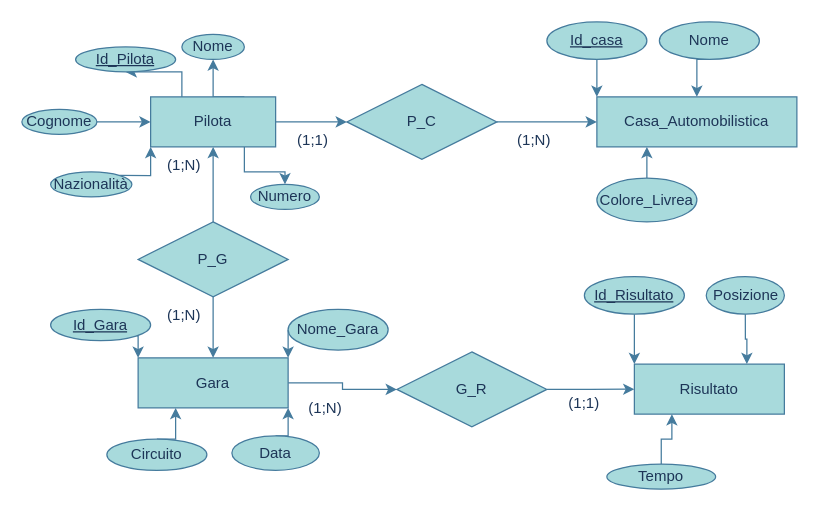
Above: Diagramma senza titolo.drawio in James2-2/informatica-2025-2026 (draw.io), before the change. Source tidied: cells renumbered, new cells numbered last; positions are measured from the earlier drawing's top-left corner, leaving out a move shared by most shapes. Both pictures are drawn from the tidied source at 125%, with x=0, y=0 at pixel (21, 21).
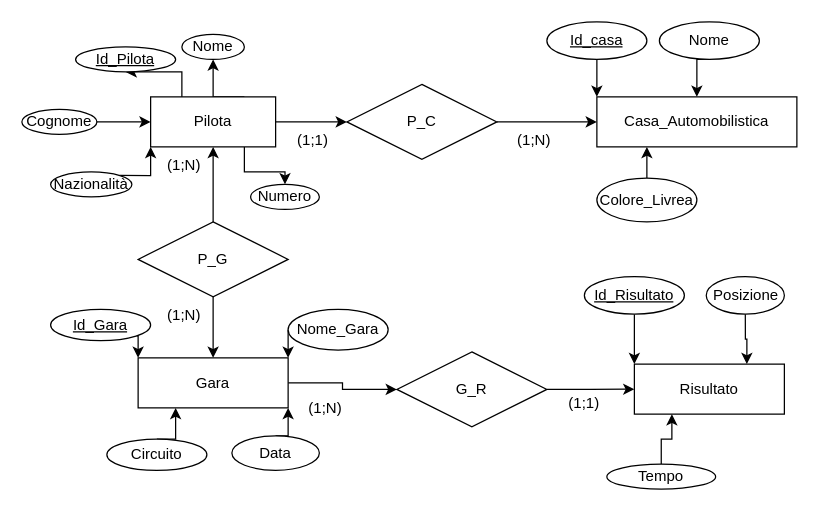
After the change.

What changed in the source:
```diff
@@
-    <mxCell id="2" style="edgeStyle=orthogonalEdgeStyle;rounded=0;jettySize=auto;html=1;exitX=0.25;exitY=0;exitDx=0;exitDy=0;entryX=0.5;entryY=1;entryDx=0;entryDy=0;labelBackgroundColor=none;fontColor=default;strokeColor=#457B9D;" parent="1" edge="1" source="6" target="8">
+    <mxCell id="2" style="edgeStyle=orthogonalEdgeStyle;rounded=0;jettySize=auto;html=1;exitX=0.25;exitY=0;exitDx=0;exitDy=0;entryX=0.5;entryY=1;entryDx=0;entryDy=0;labelBackgroundColor=none;fontColor=default;" parent="1" edge="1" source="6" target="8">
       <mxGeometry relative="1" as="geometry" />
     </mxCell>
-    <mxCell id="3" style="edgeStyle=orthogonalEdgeStyle;rounded=0;jettySize=auto;html=1;exitX=0.75;exitY=0;exitDx=0;exitDy=0;entryX=0.5;entryY=1;entryDx=0;entryDy=0;labelBackgroundColor=none;fontColor=default;strokeColor=#457B9D;" parent="1" edge="1" source="6" target="7">
+    <mxCell id="3" style="edgeStyle=orthogonalEdgeStyle;rounded=0;jettySize=auto;html=1;exitX=0.75;exitY=0;exitDx=0;exitDy=0;entryX=0.5;entryY=1;entryDx=0;entryDy=0;labelBackgroundColor=none;fontColor=default;" parent="1" edge="1" source="6" target="7">
       <mxGeometry relative="1" as="geometry" />
     </mxCell>
-    <mxCell id="4" style="edgeStyle=orthogonalEdgeStyle;rounded=0;jettySize=auto;html=1;exitX=0.75;exitY=1;exitDx=0;exitDy=0;entryX=0.5;entryY=0;entryDx=0;entryDy=0;strokeColor=#457B9D;fontColor=#1D3557;fillColor=#A8DADC;" parent="1" edge="1" source="6" target="14">
+    <mxCell id="4" style="edgeStyle=orthogonalEdgeStyle;rounded=0;jettySize=auto;html=1;exitX=0.75;exitY=1;exitDx=0;exitDy=0;entryX=0.5;entryY=0;entryDx=0;entryDy=0;fontColor=default;labelBackgroundColor=none;" parent="1" edge="1" source="6" target="14">
       <mxGeometry relative="1" as="geometry" />
     </mxCell>
-    <mxCell id="5" style="edgeStyle=orthogonalEdgeStyle;rounded=0;jettySize=auto;html=1;exitX=1;exitY=0.5;exitDx=0;exitDy=0;entryX=0;entryY=0.5;entryDx=0;entryDy=0;strokeColor=#457B9D;fontColor=#1D3557;fillColor=#A8DADC;" parent="1" edge="1" source="6" target="39">
+    <mxCell id="5" style="edgeStyle=orthogonalEdgeStyle;rounded=0;jettySize=auto;html=1;exitX=1;exitY=0.5;exitDx=0;exitDy=0;entryX=0;entryY=0.5;entryDx=0;entryDy=0;fontColor=default;labelBackgroundColor=none;" parent="1" edge="1" source="6" target="39">
       <mxGeometry relative="1" as="geometry" />
     </mxCell>
-    <mxCell id="6" value="Pilota" style="whiteSpace=wrap;html=1;align=center;labelBackgroundColor=none;fillColor=#A8DADC;strokeColor=#457B9D;fontColor=#1D3557;" parent="1" vertex="1">
+    <mxCell id="6" value="Pilota" style="whiteSpace=wrap;html=1;align=center;labelBackgroundColor=none;" parent="1" vertex="1">
       <mxGeometry x="103" y="60" width="100" height="40" as="geometry" />
     </mxCell>
-    <mxCell id="7" value="Nome" style="ellipse;whiteSpace=wrap;html=1;align=center;labelBackgroundColor=none;fillColor=#A8DADC;strokeColor=#457B9D;fontColor=#1D3557;" parent="1" vertex="1">
+    <mxCell id="7" value="Nome" style="ellipse;whiteSpace=wrap;html=1;align=center;labelBackgroundColor=none;" parent="1" vertex="1">
       <mxGeometry x="128" y="10" width="50" height="20" as="geometry" />
     </mxCell>
-    <mxCell id="8" value="Id_Pilota" style="ellipse;whiteSpace=wrap;html=1;align=center;fontStyle=4;labelBackgroundColor=none;fillColor=#A8DADC;strokeColor=#457B9D;fontColor=#1D3557;" parent="1" vertex="1">
+    <mxCell id="8" value="Id_Pilota" style="ellipse;whiteSpace=wrap;html=1;align=center;fontStyle=4;labelBackgroundColor=none;" parent="1" vertex="1">
       <mxGeometry x="43" y="20" width="80" height="20" as="geometry" />
     </mxCell>
-    <mxCell id="9" style="edgeStyle=orthogonalEdgeStyle;rounded=0;jettySize=auto;html=1;exitX=1;exitY=0.5;exitDx=0;exitDy=0;entryX=0;entryY=0.5;entryDx=0;entryDy=0;strokeColor=#457B9D;fontColor=#1D3557;fillColor=#A8DADC;" parent="1" edge="1" source="10" target="6">
+    <mxCell id="9" style="edgeStyle=orthogonalEdgeStyle;rounded=0;jettySize=auto;html=1;exitX=1;exitY=0.5;exitDx=0;exitDy=0;entryX=0;entryY=0.5;entryDx=0;entryDy=0;fontColor=default;labelBackgroundColor=none;" parent="1" edge="1" source="10" target="6">
       <mxGeometry relative="1" as="geometry" />
     </mxCell>
-    <mxCell id="10" value="Cognome" style="ellipse;whiteSpace=wrap;html=1;align=center;labelBackgroundColor=none;fillColor=#A8DADC;strokeColor=#457B9D;fontColor=#1D3557;" parent="1" vertex="1">
+    <mxCell id="10" value="Cognome" style="ellipse;whiteSpace=wrap;html=1;align=center;labelBackgroundColor=none;" parent="1" vertex="1">
       <mxGeometry y="70" width="60" height="20" as="geometry" />
     </mxCell>
-    <mxCell id="11" style="edgeStyle=orthogonalEdgeStyle;rounded=0;jettySize=auto;html=1;exitX=1;exitY=0;exitDx=0;exitDy=0;entryX=0;entryY=1;entryDx=0;entryDy=0;strokeColor=#457B9D;fontColor=#1D3557;fillColor=#A8DADC;" parent="1" edge="1" source="12" target="6">
+    <mxCell id="11" style="edgeStyle=orthogonalEdgeStyle;rounded=0;jettySize=auto;html=1;exitX=1;exitY=0;exitDx=0;exitDy=0;entryX=0;entryY=1;entryDx=0;entryDy=0;fontColor=default;labelBackgroundColor=none;" parent="1" edge="1" source="12" target="6">
       <mxGeometry relative="1" as="geometry" />
     </mxCell>
-    <mxCell id="12" value="Nazionalità" style="ellipse;whiteSpace=wrap;html=1;align=center;labelBackgroundColor=none;fillColor=#A8DADC;strokeColor=#457B9D;fontColor=#1D3557;" parent="1" vertex="1">
+    <mxCell id="12" value="Nazionalità" style="ellipse;whiteSpace=wrap;html=1;align=center;labelBackgroundColor=none;" parent="1" vertex="1">
       <mxGeometry x="23" y="120" width="65" height="20" as="geometry" />
     </mxCell>
-    <mxCell id="13" value="Casa_Automobilistica" style="whiteSpace=wrap;html=1;align=center;labelBackgroundColor=none;fillColor=#A8DADC;strokeColor=#457B9D;fontColor=#1D3557;" parent="1" vertex="1">
+    <mxCell id="13" value="Casa_Automobilistica" style="whiteSpace=wrap;html=1;align=center;labelBackgroundColor=none;" parent="1" vertex="1">
       <mxGeometry x="460" y="60" width="160" height="40" as="geometry" />
     </mxCell>
-    <mxCell id="14" value="Numero" style="ellipse;whiteSpace=wrap;html=1;align=center;strokeColor=#457B9D;fontColor=#1D3557;fillColor=#A8DADC;" parent="1" vertex="1">
+    <mxCell id="14" value="Numero" style="ellipse;whiteSpace=wrap;html=1;align=center;labelBackgroundColor=none;" parent="1" vertex="1">
       <mxGeometry x="183" y="130" width="55" height="20" as="geometry" />
     </mxCell>
-    <mxCell id="15" style="edgeStyle=orthogonalEdgeStyle;rounded=0;jettySize=auto;html=1;exitX=0.5;exitY=1;exitDx=0;exitDy=0;entryX=0;entryY=0;entryDx=0;entryDy=0;strokeColor=#457B9D;fontColor=#1D3557;fillColor=#A8DADC;" parent="1" edge="1" source="16" target="13">
+    <mxCell id="15" style="edgeStyle=orthogonalEdgeStyle;rounded=0;jettySize=auto;html=1;exitX=0.5;exitY=1;exitDx=0;exitDy=0;entryX=0;entryY=0;entryDx=0;entryDy=0;fontColor=default;labelBackgroundColor=none;" parent="1" edge="1" source="16" target="13">
       <mxGeometry relative="1" as="geometry" />
     </mxCell>
-    <mxCell id="16" value="Id_casa" style="ellipse;whiteSpace=wrap;html=1;align=center;fontStyle=4;strokeColor=#457B9D;fontColor=#1D3557;fillColor=#A8DADC;" parent="1" vertex="1">
+    <mxCell id="16" value="Id_casa" style="ellipse;whiteSpace=wrap;html=1;align=center;fontStyle=4;labelBackgroundColor=none;" parent="1" vertex="1">
       <mxGeometry x="420" width="80" height="30" as="geometry" />
     </mxCell>
-    <mxCell id="17" style="edgeStyle=orthogonalEdgeStyle;rounded=0;jettySize=auto;html=1;exitX=0.5;exitY=1;exitDx=0;exitDy=0;entryX=0.5;entryY=0;entryDx=0;entryDy=0;strokeColor=#457B9D;fontColor=#1D3557;fillColor=#A8DADC;" parent="1" edge="1" source="18" target="13">
+    <mxCell id="17" style="edgeStyle=orthogonalEdgeStyle;rounded=0;jettySize=auto;html=1;exitX=0.5;exitY=1;exitDx=0;exitDy=0;entryX=0.5;entryY=0;entryDx=0;entryDy=0;fontColor=default;labelBackgroundColor=none;" parent="1" edge="1" source="18" target="13">
       <mxGeometry relative="1" as="geometry" />
     </mxCell>
-    <mxCell id="18" value="Nome" style="ellipse;whiteSpace=wrap;html=1;align=center;strokeColor=#457B9D;fontColor=#1D3557;fillColor=#A8DADC;" parent="1" vertex="1">
+    <mxCell id="18" value="Nome" style="ellipse;whiteSpace=wrap;html=1;align=center;labelBackgroundColor=none;" parent="1" vertex="1">
       <mxGeometry x="510" width="80" height="30" as="geometry" />
     </mxCell>
-    <mxCell id="19" style="edgeStyle=orthogonalEdgeStyle;rounded=0;jettySize=auto;html=1;exitX=0.5;exitY=0;exitDx=0;exitDy=0;entryX=0.25;entryY=1;entryDx=0;entryDy=0;strokeColor=#457B9D;fontColor=#1D3557;fillColor=#A8DADC;" parent="1" edge="1" source="20" target="13">
+    <mxCell id="19" style="edgeStyle=orthogonalEdgeStyle;rounded=0;jettySize=auto;html=1;exitX=0.5;exitY=0;exitDx=0;exitDy=0;entryX=0.25;entryY=1;entryDx=0;entryDy=0;fontColor=default;labelBackgroundColor=none;" parent="1" edge="1" source="20" target="13">
       <mxGeometry relative="1" as="geometry" />
     </mxCell>
-    <mxCell id="20" value="Colore_Livrea" style="ellipse;whiteSpace=wrap;html=1;align=center;strokeColor=#457B9D;fontColor=#1D3557;fillColor=#A8DADC;" parent="1" vertex="1">
+    <mxCell id="20" value="Colore_Livrea" style="ellipse;whiteSpace=wrap;html=1;align=center;labelBackgroundColor=none;" parent="1" vertex="1">
       <mxGeometry x="460" y="125" width="80" height="35" as="geometry" />
     </mxCell>
-    <mxCell id="21" style="edgeStyle=orthogonalEdgeStyle;rounded=0;jettySize=auto;html=1;exitX=1;exitY=0.5;exitDx=0;exitDy=0;entryX=0;entryY=0.5;entryDx=0;entryDy=0;strokeColor=#457B9D;fontColor=#1D3557;fillColor=#A8DADC;" parent="1" edge="1" source="22" target="48">
+    <mxCell id="21" style="edgeStyle=orthogonalEdgeStyle;rounded=0;jettySize=auto;html=1;exitX=1;exitY=0.5;exitDx=0;exitDy=0;entryX=0;entryY=0.5;entryDx=0;entryDy=0;fontColor=default;labelBackgroundColor=none;" parent="1" edge="1" source="22" target="48">
       <mxGeometry relative="1" as="geometry" />
     </mxCell>
-    <mxCell id="22" value="Gara" style="whiteSpace=wrap;html=1;align=center;strokeColor=#457B9D;fontColor=#1D3557;fillColor=#A8DADC;" parent="1" vertex="1">
+    <mxCell id="22" value="Gara" style="whiteSpace=wrap;html=1;align=center;labelBackgroundColor=none;" parent="1" vertex="1">
       <mxGeometry x="93" y="268.8" width="120" height="40" as="geometry" />
     </mxCell>
-    <mxCell id="23" style="edgeStyle=orthogonalEdgeStyle;rounded=0;jettySize=auto;html=1;exitX=1;exitY=1;exitDx=0;exitDy=0;entryX=0;entryY=0;entryDx=0;entryDy=0;strokeColor=#457B9D;fontColor=#1D3557;fillColor=#A8DADC;" parent="1" edge="1" source="24" target="22">
+    <mxCell id="23" style="edgeStyle=orthogonalEdgeStyle;rounded=0;jettySize=auto;html=1;exitX=1;exitY=1;exitDx=0;exitDy=0;entryX=0;entryY=0;entryDx=0;entryDy=0;fontColor=default;labelBackgroundColor=none;" parent="1" edge="1" source="24" target="22">
       <mxGeometry relative="1" as="geometry" />
     </mxCell>
-    <mxCell id="24" value="Id_Gara" style="ellipse;whiteSpace=wrap;html=1;align=center;fontStyle=4;strokeColor=#457B9D;fontColor=#1D3557;fillColor=#A8DADC;" parent="1" vertex="1">
+    <mxCell id="24" value="Id_Gara" style="ellipse;whiteSpace=wrap;html=1;align=center;fontStyle=4;labelBackgroundColor=none;" parent="1" vertex="1">
       <mxGeometry x="23" y="230" width="80" height="25" as="geometry" />
     </mxCell>
-    <mxCell id="25" style="edgeStyle=orthogonalEdgeStyle;rounded=0;jettySize=auto;html=1;exitX=0;exitY=0.5;exitDx=0;exitDy=0;entryX=1;entryY=0;entryDx=0;entryDy=0;strokeColor=#457B9D;fontColor=#1D3557;fillColor=#A8DADC;" parent="1" edge="1" source="26" target="22">
+    <mxCell id="25" style="edgeStyle=orthogonalEdgeStyle;rounded=0;jettySize=auto;html=1;exitX=0;exitY=0.5;exitDx=0;exitDy=0;entryX=1;entryY=0;entryDx=0;entryDy=0;fontColor=default;labelBackgroundColor=none;" parent="1" edge="1" source="26" target="22">
       <mxGeometry relative="1" as="geometry" />
     </mxCell>
-    <mxCell id="26" value="Nome_Gara" style="ellipse;whiteSpace=wrap;html=1;align=center;strokeColor=#457B9D;fontColor=#1D3557;fillColor=#A8DADC;" parent="1" vertex="1">
+    <mxCell id="26" value="Nome_Gara" style="ellipse;whiteSpace=wrap;html=1;align=center;labelBackgroundColor=none;" parent="1" vertex="1">
       <mxGeometry x="213" y="230" width="80" height="32.5" as="geometry" />
     </mxCell>
-    <mxCell id="27" style="edgeStyle=orthogonalEdgeStyle;rounded=0;jettySize=auto;html=1;exitX=0.5;exitY=0;exitDx=0;exitDy=0;entryX=0.25;entryY=1;entryDx=0;entryDy=0;strokeColor=#457B9D;fontColor=#1D3557;fillColor=#A8DADC;" parent="1" edge="1" source="28" target="22">
+    <mxCell id="27" style="edgeStyle=orthogonalEdgeStyle;rounded=0;jettySize=auto;html=1;exitX=0.5;exitY=0;exitDx=0;exitDy=0;entryX=0.25;entryY=1;entryDx=0;entryDy=0;fontColor=default;labelBackgroundColor=none;" parent="1" edge="1" source="28" target="22">
       <mxGeometry relative="1" as="geometry" />
     </mxCell>
-    <mxCell id="28" value="Circuito" style="ellipse;whiteSpace=wrap;html=1;align=center;strokeColor=#457B9D;fontColor=#1D3557;fillColor=#A8DADC;" parent="1" vertex="1">
+    <mxCell id="28" value="Circuito" style="ellipse;whiteSpace=wrap;html=1;align=center;labelBackgroundColor=none;" parent="1" vertex="1">
       <mxGeometry x="68" y="333.8" width="80" height="25" as="geometry" />
     </mxCell>
-    <mxCell id="29" style="edgeStyle=orthogonalEdgeStyle;rounded=0;jettySize=auto;html=1;exitX=0.5;exitY=0;exitDx=0;exitDy=0;entryX=1;entryY=1;entryDx=0;entryDy=0;strokeColor=#457B9D;fontColor=#1D3557;fillColor=#A8DADC;" parent="1" edge="1" source="30" target="22">
+    <mxCell id="29" style="edgeStyle=orthogonalEdgeStyle;rounded=0;jettySize=auto;html=1;exitX=0.5;exitY=0;exitDx=0;exitDy=0;entryX=1;entryY=1;entryDx=0;entryDy=0;fontColor=default;labelBackgroundColor=none;" parent="1" edge="1" source="30" target="22">
       <mxGeometry relative="1" as="geometry" />
     </mxCell>
-    <mxCell id="30" value="Data" style="ellipse;whiteSpace=wrap;html=1;align=center;strokeColor=#457B9D;fontColor=#1D3557;fillColor=#A8DADC;" parent="1" vertex="1">
+    <mxCell id="30" value="Data" style="ellipse;whiteSpace=wrap;html=1;align=center;labelBackgroundColor=none;" parent="1" vertex="1">
       <mxGeometry x="168" y="331.2" width="70" height="27.5" as="geometry" />
     </mxCell>
-    <mxCell id="31" value="Risultato" style="whiteSpace=wrap;html=1;align=center;strokeColor=#457B9D;fontColor=#1D3557;fillColor=#A8DADC;" parent="1" vertex="1">
+    <mxCell id="31" value="Risultato" style="whiteSpace=wrap;html=1;align=center;labelBackgroundColor=none;" parent="1" vertex="1">
       <mxGeometry x="490" y="273.8" width="120" height="40" as="geometry" />
     </mxCell>
-    <mxCell id="32" style="edgeStyle=orthogonalEdgeStyle;rounded=0;jettySize=auto;html=1;exitX=0.5;exitY=1;exitDx=0;exitDy=0;entryX=0;entryY=0;entryDx=0;entryDy=0;strokeColor=#457B9D;fontColor=#1D3557;fillColor=#A8DADC;" parent="1" edge="1" source="33" target="31">
+    <mxCell id="32" style="edgeStyle=orthogonalEdgeStyle;rounded=0;jettySize=auto;html=1;exitX=0.5;exitY=1;exitDx=0;exitDy=0;entryX=0;entryY=0;entryDx=0;entryDy=0;fontColor=default;labelBackgroundColor=none;" parent="1" edge="1" source="33" target="31">
       <mxGeometry relative="1" as="geometry" />
     </mxCell>
-    <mxCell id="33" value="Id_Risultato" style="ellipse;whiteSpace=wrap;html=1;align=center;fontStyle=4;strokeColor=#457B9D;fontColor=#1D3557;fillColor=#A8DADC;" parent="1" vertex="1">
+    <mxCell id="33" value="Id_Risultato" style="ellipse;whiteSpace=wrap;html=1;align=center;fontStyle=4;labelBackgroundColor=none;" parent="1" vertex="1">
       <mxGeometry x="450" y="203.8" width="80" height="30" as="geometry" />
     </mxCell>
-    <mxCell id="34" style="edgeStyle=orthogonalEdgeStyle;rounded=0;jettySize=auto;html=1;exitX=0.5;exitY=1;exitDx=0;exitDy=0;entryX=0.75;entryY=0;entryDx=0;entryDy=0;strokeColor=#457B9D;fontColor=#1D3557;fillColor=#A8DADC;" parent="1" edge="1" source="35" target="31">
+    <mxCell id="34" style="edgeStyle=orthogonalEdgeStyle;rounded=0;jettySize=auto;html=1;exitX=0.5;exitY=1;exitDx=0;exitDy=0;entryX=0.75;entryY=0;entryDx=0;entryDy=0;fontColor=default;labelBackgroundColor=none;" parent="1" edge="1" source="35" target="31">
       <mxGeometry relative="1" as="geometry" />
     </mxCell>
-    <mxCell id="35" value="Posizione" style="ellipse;whiteSpace=wrap;html=1;align=center;strokeColor=#457B9D;fontColor=#1D3557;fillColor=#A8DADC;" parent="1" vertex="1">
+    <mxCell id="35" value="Posizione" style="ellipse;whiteSpace=wrap;html=1;align=center;labelBackgroundColor=none;" parent="1" vertex="1">
       <mxGeometry x="547.5" y="203.8" width="62.5" height="30" as="geometry" />
     </mxCell>
-    <mxCell id="36" style="edgeStyle=orthogonalEdgeStyle;rounded=0;jettySize=auto;html=1;exitX=0.5;exitY=0;exitDx=0;exitDy=0;entryX=0.25;entryY=1;entryDx=0;entryDy=0;strokeColor=#457B9D;fontColor=#1D3557;fillColor=#A8DADC;" parent="1" edge="1" source="37" target="31">
+    <mxCell id="36" style="edgeStyle=orthogonalEdgeStyle;rounded=0;jettySize=auto;html=1;exitX=0.5;exitY=0;exitDx=0;exitDy=0;entryX=0.25;entryY=1;entryDx=0;entryDy=0;fontColor=default;labelBackgroundColor=none;" parent="1" edge="1" source="37" target="31">
       <mxGeometry relative="1" as="geometry" />
     </mxCell>
-    <mxCell id="37" value="Tempo" style="ellipse;whiteSpace=wrap;html=1;align=center;strokeColor=#457B9D;fontColor=#1D3557;fillColor=#A8DADC;" parent="1" vertex="1">
+    <mxCell id="37" value="Tempo" style="ellipse;whiteSpace=wrap;html=1;align=center;labelBackgroundColor=none;" parent="1" vertex="1">
       <mxGeometry x="468" y="353.8" width="87" height="20" as="geometry" />
     </mxCell>
-    <mxCell id="38" style="edgeStyle=orthogonalEdgeStyle;rounded=0;jettySize=auto;html=1;exitX=1;exitY=0.5;exitDx=0;exitDy=0;entryX=0;entryY=0.5;entryDx=0;entryDy=0;strokeColor=#457B9D;fontColor=#1D3557;fillColor=#A8DADC;" parent="1" edge="1" source="39" target="13">
+    <mxCell id="38" style="edgeStyle=orthogonalEdgeStyle;rounded=0;jettySize=auto;html=1;exitX=1;exitY=0.5;exitDx=0;exitDy=0;entryX=0;entryY=0.5;entryDx=0;entryDy=0;fontColor=default;labelBackgroundColor=none;" parent="1" edge="1" source="39" target="13">
       <mxGeometry relative="1" as="geometry" />
     </mxCell>
-    <mxCell id="39" value="P_C" style="shape=rhombus;perimeter=rhombusPerimeter;whiteSpace=wrap;html=1;align=center;strokeColor=#457B9D;fontColor=#1D3557;fillColor=#A8DADC;" parent="1" vertex="1">
+    <mxCell id="39" value="P_C" style="shape=rhombus;perimeter=rhombusPerimeter;whiteSpace=wrap;html=1;align=center;labelBackgroundColor=none;" parent="1" vertex="1">
       <mxGeometry x="260" y="50" width="120" height="60" as="geometry" />
     </mxCell>
-    <mxCell id="40" value="(1;1)" style="text;html=1;whiteSpace=wrap;strokeColor=none;fillColor=none;align=center;verticalAlign=middle;rounded=0;fontColor=#1D3557;" parent="1" vertex="1">
+    <mxCell id="40" value="(1;1)" style="text;html=1;whiteSpace=wrap;strokeColor=none;fillColor=none;align=center;verticalAlign=middle;rounded=0;labelBackgroundColor=none;" parent="1" vertex="1">
       <mxGeometry x="203" y="80" width="60" height="30" as="geometry" />
     </mxCell>
-    <mxCell id="41" value="(1;N)" style="text;html=1;whiteSpace=wrap;strokeColor=none;fillColor=none;align=center;verticalAlign=middle;rounded=0;fontColor=#1D3557;" parent="1" vertex="1">
+    <mxCell id="41" value="(1;N)" style="text;html=1;whiteSpace=wrap;strokeColor=none;fillColor=none;align=center;verticalAlign=middle;rounded=0;labelBackgroundColor=none;" parent="1" vertex="1">
       <mxGeometry x="380" y="80" width="60" height="30" as="geometry" />
     </mxCell>
-    <mxCell id="42" style="edgeStyle=orthogonalEdgeStyle;rounded=0;jettySize=auto;html=1;exitX=0.5;exitY=0;exitDx=0;exitDy=0;entryX=0.5;entryY=1;entryDx=0;entryDy=0;strokeColor=#457B9D;fontColor=#1D3557;fillColor=#A8DADC;" parent="1" edge="1" source="44" target="6">
+    <mxCell id="42" style="edgeStyle=orthogonalEdgeStyle;rounded=0;jettySize=auto;html=1;exitX=0.5;exitY=0;exitDx=0;exitDy=0;entryX=0.5;entryY=1;entryDx=0;entryDy=0;fontColor=default;labelBackgroundColor=none;" parent="1" edge="1" source="44" target="6">
       <mxGeometry relative="1" as="geometry" />
     </mxCell>
-    <mxCell id="43" style="edgeStyle=orthogonalEdgeStyle;rounded=0;jettySize=auto;html=1;exitX=0.5;exitY=1;exitDx=0;exitDy=0;entryX=0.5;entryY=0;entryDx=0;entryDy=0;strokeColor=#457B9D;fontColor=#1D3557;fillColor=#A8DADC;" parent="1" edge="1" source="44" target="22">
+    <mxCell id="43" style="edgeStyle=orthogonalEdgeStyle;rounded=0;jettySize=auto;html=1;exitX=0.5;exitY=1;exitDx=0;exitDy=0;entryX=0.5;entryY=0;entryDx=0;entryDy=0;fontColor=default;labelBackgroundColor=none;" parent="1" edge="1" source="44" target="22">
       <mxGeometry relative="1" as="geometry" />
     </mxCell>
-    <mxCell id="44" value="P_G" style="shape=rhombus;perimeter=rhombusPerimeter;whiteSpace=wrap;html=1;align=center;strokeColor=#457B9D;fontColor=#1D3557;fillColor=#A8DADC;" parent="1" vertex="1">
+    <mxCell id="44" value="P_G" style="shape=rhombus;perimeter=rhombusPerimeter;whiteSpace=wrap;html=1;align=center;labelBackgroundColor=none;" parent="1" vertex="1">
       <mxGeometry x="93" y="160" width="120" height="60" as="geometry" />
     </mxCell>
-    <mxCell id="45" value="(1;N)" style="text;html=1;whiteSpace=wrap;strokeColor=none;fillColor=none;align=center;verticalAlign=middle;rounded=0;fontColor=#1D3557;" parent="1" vertex="1">
+    <mxCell id="45" value="(1;N)" style="text;html=1;whiteSpace=wrap;strokeColor=none;fillColor=none;align=center;verticalAlign=middle;rounded=0;labelBackgroundColor=none;" parent="1" vertex="1">
       <mxGeometry x="100" y="100" width="60" height="30" as="geometry" />
     </mxCell>
-    <mxCell id="46" value="(1;N)" style="text;html=1;whiteSpace=wrap;strokeColor=none;fillColor=none;align=center;verticalAlign=middle;rounded=0;fontColor=#1D3557;" parent="1" vertex="1">
+    <mxCell id="46" value="(1;N)" style="text;html=1;whiteSpace=wrap;strokeColor=none;fillColor=none;align=center;verticalAlign=middle;rounded=0;labelBackgroundColor=none;" parent="1" vertex="1">
       <mxGeometry x="100" y="220" width="60" height="30" as="geometry" />
     </mxCell>
-    <mxCell id="47" style="edgeStyle=orthogonalEdgeStyle;rounded=0;jettySize=auto;html=1;exitX=1;exitY=0.5;exitDx=0;exitDy=0;entryX=0;entryY=0.5;entryDx=0;entryDy=0;strokeColor=#457B9D;fontColor=#1D3557;fillColor=#A8DADC;" parent="1" edge="1" source="48" target="31">
+    <mxCell id="47" style="edgeStyle=orthogonalEdgeStyle;rounded=0;jettySize=auto;html=1;exitX=1;exitY=0.5;exitDx=0;exitDy=0;entryX=0;entryY=0.5;entryDx=0;entryDy=0;fontColor=default;labelBackgroundColor=none;" parent="1" edge="1" source="48" target="31">
       <mxGeometry relative="1" as="geometry" />
     </mxCell>
-    <mxCell id="48" value="G_R" style="shape=rhombus;perimeter=rhombusPerimeter;whiteSpace=wrap;html=1;align=center;strokeColor=#457B9D;fontColor=#1D3557;fillColor=#A8DADC;" parent="1" vertex="1">
+    <mxCell id="48" value="G_R" style="shape=rhombus;perimeter=rhombusPerimeter;whiteSpace=wrap;html=1;align=center;labelBackgroundColor=none;" parent="1" vertex="1">
       <mxGeometry x="300" y="264" width="120" height="60" as="geometry" />
     </mxCell>
-    <mxCell id="49" value="(1;N)" style="text;html=1;whiteSpace=wrap;strokeColor=none;fillColor=none;align=center;verticalAlign=middle;rounded=0;fontColor=#1D3557;" parent="1" vertex="1">
+    <mxCell id="49" value="(1;N)" style="text;html=1;whiteSpace=wrap;strokeColor=none;fillColor=none;align=center;verticalAlign=middle;rounded=0;labelBackgroundColor=none;" parent="1" vertex="1">
       <mxGeometry x="213" y="294" width="60" height="30" as="geometry" />
     </mxCell>
-    <mxCell id="50" value="(1;1)" style="text;html=1;whiteSpace=wrap;strokeColor=none;fillColor=none;align=center;verticalAlign=middle;rounded=0;fontColor=#1D3557;" parent="1" vertex="1">
+    <mxCell id="50" value="(1;1)" style="text;html=1;whiteSpace=wrap;strokeColor=none;fillColor=none;align=center;verticalAlign=middle;rounded=0;labelBackgroundColor=none;" parent="1" vertex="1">
       <mxGeometry x="420" y="290" width="60" height="30" as="geometry" />
     </mxCell>
```
